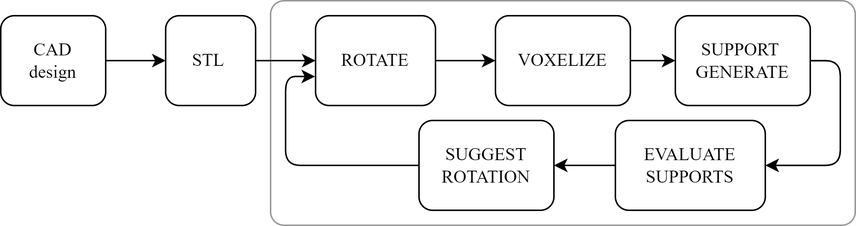
This is !5_article/Images/processOrientationOptimization.drawio.png from hapeet/3D-print-optimization___India-summer-internship, a draw.io export, as it was before one commit. Source tidied: cells renumbered, new cells last; positions are measured from the earlier drawing's top-left corner, leaving out a move shared by most shapes. Source of this version:
```xml
<mxGraphModel>
  <root>
    <mxCell id="0" />
    <mxCell id="1" parent="0" />
    <mxCell id="2" style="rounded=1;whiteSpace=wrap;html=1;arcSize=6;opacity=40;" parent="1" vertex="1">
      <mxGeometry x="180" width="390" height="150" as="geometry" />
    </mxCell>
    <mxCell id="3" style="edgeStyle=orthogonalEdgeStyle;rounded=0;jettySize=auto;html=1;" parent="1" edge="1" source="4" target="6">
      <mxGeometry relative="1" as="geometry" />
    </mxCell>
    <mxCell id="4" value="CAD&lt;br&gt;design" style="rounded=1;whiteSpace=wrap;html=1;fontFamily=Times New Roman;" parent="1" vertex="1">
      <mxGeometry y="10" width="70" height="60" as="geometry" />
    </mxCell>
    <mxCell id="5" style="edgeStyle=orthogonalEdgeStyle;rounded=0;jettySize=auto;html=1;" parent="1" edge="1" source="6" target="8">
      <mxGeometry relative="1" as="geometry" />
    </mxCell>
    <mxCell id="6" value="STL&amp;nbsp;" style="whiteSpace=wrap;html=1;fontFamily=Times New Roman;rounded=1;" parent="1" vertex="1">
      <mxGeometry x="110" y="10" width="60" height="60" as="geometry" />
    </mxCell>
    <mxCell id="7" style="edgeStyle=orthogonalEdgeStyle;rounded=0;jettySize=auto;html=1;" parent="1" edge="1" source="8" target="10">
      <mxGeometry relative="1" as="geometry" />
    </mxCell>
    <mxCell id="8" value="ROTATE" style="whiteSpace=wrap;html=1;fontFamily=Times New Roman;rounded=1;" parent="1" vertex="1">
      <mxGeometry x="210" y="10" width="80" height="60" as="geometry" />
    </mxCell>
    <mxCell id="9" style="edgeStyle=orthogonalEdgeStyle;rounded=0;jettySize=auto;html=1;" parent="1" edge="1" source="10" target="12">
      <mxGeometry relative="1" as="geometry" />
    </mxCell>
    <mxCell id="10" value="VOXELIZE" style="whiteSpace=wrap;html=1;fontFamily=Times New Roman;rounded=1;" parent="1" vertex="1">
      <mxGeometry x="330" y="10" width="90" height="60" as="geometry" />
    </mxCell>
    <mxCell id="11" style="edgeStyle=orthogonalEdgeStyle;rounded=1;jettySize=auto;html=1;entryX=-0.004;entryY=0.677;entryDx=0;entryDy=0;entryPerimeter=0;" parent="1" edge="1" source="14" target="8">
      <mxGeometry relative="1" as="geometry">
        <Array as="points">
          <mxPoint x="190" y="51" />
        </Array>
      </mxGeometry>
    </mxCell>
    <mxCell id="12" value="SUPPORT&amp;nbsp; GENERATE" style="whiteSpace=wrap;html=1;fontFamily=Times New Roman;rounded=1;" parent="1" vertex="1">
      <mxGeometry x="450" y="10" width="90" height="60" as="geometry" />
    </mxCell>
    <mxCell id="13" style="edgeStyle=orthogonalEdgeStyle;rounded=1;jettySize=auto;html=1;entryX=1;entryY=0.5;entryDx=0;entryDy=0;" parent="1" edge="1" source="16" target="14">
      <mxGeometry relative="1" as="geometry" />
    </mxCell>
    <mxCell id="14" value="SUGGEST ROTATION" style="whiteSpace=wrap;html=1;fontFamily=Times New Roman;rounded=1;" parent="1" vertex="1">
      <mxGeometry x="279" y="80" width="90" height="60" as="geometry" />
    </mxCell>
    <mxCell id="15" style="edgeStyle=orthogonalEdgeStyle;rounded=1;jettySize=auto;html=1;entryX=1;entryY=0.5;entryDx=0;entryDy=0;" parent="1" edge="1" target="16">
      <mxGeometry relative="1" as="geometry">
        <mxPoint x="540" y="40" as="sourcePoint" />
        <Array as="points">
          <mxPoint x="560" y="40" />
          <mxPoint x="560" y="110" />
        </Array>
      </mxGeometry>
    </mxCell>
    <mxCell id="16" value="EVALUATE SUPPORTS" style="whiteSpace=wrap;html=1;fontFamily=Times New Roman;rounded=1;" parent="1" vertex="1">
      <mxGeometry x="410" y="80" width="100" height="60" as="geometry" />
    </mxCell>
  </root>
</mxGraphModel>
```
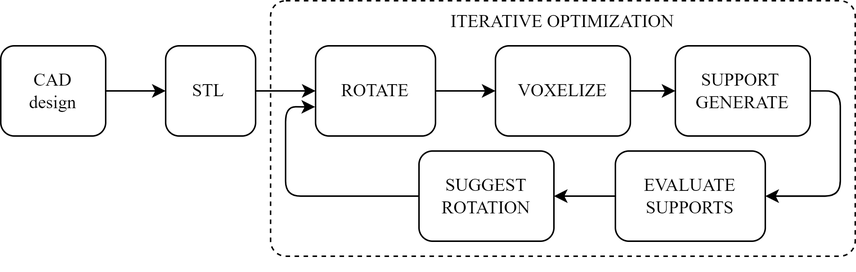
After the change.

The edit, as a diff of the source:
```diff
@@ -2,50 +2,50 @@
   <root>
     <mxCell id="0" />
     <mxCell id="1" parent="0" />
-    <mxCell id="2" style="rounded=1;whiteSpace=wrap;html=1;arcSize=6;opacity=40;" parent="1" vertex="1">
-      <mxGeometry x="180" width="390" height="150" as="geometry" />
+    <mxCell id="2" value="ITERATIVE OPTIMIZATION" style="rounded=1;whiteSpace=wrap;html=1;arcSize=6;verticalAlign=top;fontFamily=Times New Roman;strokeColor=#000000;dashed=1;" parent="1" vertex="1">
+      <mxGeometry x="180" width="390" height="170" as="geometry" />
     </mxCell>
+    <mxCell id="17" style="group;fontFamily=Times New Roman;" parent="1" vertex="1">
+      <mxGeometry y="20" width="570" height="160" as="geometry" />
+    </mxCell>
+    <mxCell id="4" value="CAD&lt;br&gt;design" style="rounded=1;whiteSpace=wrap;html=1;fontFamily=Times New Roman;" parent="17" vertex="1">
+      <mxGeometry y="10" width="70" height="60" as="geometry" />
+    </mxCell>
+    <mxCell id="6" value="STL&amp;nbsp;" style="whiteSpace=wrap;html=1;fontFamily=Times New Roman;rounded=1;" parent="17" vertex="1">
+      <mxGeometry x="110" y="10" width="60" height="60" as="geometry" />
+    </mxCell>
-    <mxCell id="3" style="edgeStyle=orthogonalEdgeStyle;rounded=0;jettySize=auto;html=1;" parent="1" edge="1" source="4" target="6">
+    <mxCell id="3" style="edgeStyle=orthogonalEdgeStyle;rounded=0;jettySize=auto;html=1;" parent="17" edge="1" source="4" target="6">
       <mxGeometry relative="1" as="geometry" />
     </mxCell>
-    <mxCell id="4" value="CAD&lt;br&gt;design" style="rounded=1;whiteSpace=wrap;html=1;fontFamily=Times New Roman;" parent="1" vertex="1">
-      <mxGeometry y="10" width="70" height="60" as="geometry" />
-    </mxCell>
+    <mxCell id="8" value="ROTATE" style="whiteSpace=wrap;html=1;fontFamily=Times New Roman;rounded=1;" parent="17" vertex="1">
+      <mxGeometry x="210" y="10" width="80" height="60" as="geometry" />
+    </mxCell>
-    <mxCell id="5" style="edgeStyle=orthogonalEdgeStyle;rounded=0;jettySize=auto;html=1;" parent="1" edge="1" source="6" target="8">
+    <mxCell id="5" style="edgeStyle=orthogonalEdgeStyle;rounded=0;jettySize=auto;html=1;" parent="17" edge="1" source="6" target="8">
       <mxGeometry relative="1" as="geometry" />
     </mxCell>
-    <mxCell id="6" value="STL&amp;nbsp;" style="whiteSpace=wrap;html=1;fontFamily=Times New Roman;rounded=1;" parent="1" vertex="1">
-      <mxGeometry x="110" y="10" width="60" height="60" as="geometry" />
-    </mxCell>
+    <mxCell id="10" value="VOXELIZE" style="whiteSpace=wrap;html=1;fontFamily=Times New Roman;rounded=1;" parent="17" vertex="1">
+      <mxGeometry x="330" y="10" width="90" height="60" as="geometry" />
+    </mxCell>
-    <mxCell id="7" style="edgeStyle=orthogonalEdgeStyle;rounded=0;jettySize=auto;html=1;" parent="1" edge="1" source="8" target="10">
+    <mxCell id="7" style="edgeStyle=orthogonalEdgeStyle;rounded=0;jettySize=auto;html=1;" parent="17" edge="1" source="8" target="10">
       <mxGeometry relative="1" as="geometry" />
     </mxCell>
-    <mxCell id="8" value="ROTATE" style="whiteSpace=wrap;html=1;fontFamily=Times New Roman;rounded=1;" parent="1" vertex="1">
-      <mxGeometry x="210" y="10" width="80" height="60" as="geometry" />
-    </mxCell>
-    <mxCell id="9" style="edgeStyle=orthogonalEdgeStyle;rounded=0;jettySize=auto;html=1;" parent="1" edge="1" source="10" target="12">
-      <mxGeometry relative="1" as="geometry" />
-    </mxCell>
-    <mxCell id="10" value="VOXELIZE" style="whiteSpace=wrap;html=1;fontFamily=Times New Roman;rounded=1;" parent="1" vertex="1">
-      <mxGeometry x="330" y="10" width="90" height="60" as="geometry" />
-    </mxCell>
-    <mxCell id="11" style="edgeStyle=orthogonalEdgeStyle;rounded=1;jettySize=auto;html=1;entryX=-0.004;entryY=0.677;entryDx=0;entryDy=0;entryPerimeter=0;" parent="1" edge="1" source="14" target="8">
+    <mxCell id="11" style="edgeStyle=orthogonalEdgeStyle;rounded=1;jettySize=auto;html=1;entryX=-0.004;entryY=0.677;entryDx=0;entryDy=0;entryPerimeter=0;" parent="17" edge="1" source="14" target="8">
       <mxGeometry relative="1" as="geometry">
         <Array as="points">
           <mxPoint x="190" y="51" />
         </Array>
       </mxGeometry>
     </mxCell>
-    <mxCell id="12" value="SUPPORT&amp;nbsp; GENERATE" style="whiteSpace=wrap;html=1;fontFamily=Times New Roman;rounded=1;" parent="1" vertex="1">
+    <mxCell id="12" value="SUPPORT&amp;nbsp; GENERATE" style="whiteSpace=wrap;html=1;fontFamily=Times New Roman;rounded=1;" parent="17" vertex="1">
       <mxGeometry x="450" y="10" width="90" height="60" as="geometry" />
     </mxCell>
-    <mxCell id="13" style="edgeStyle=orthogonalEdgeStyle;rounded=1;jettySize=auto;html=1;entryX=1;entryY=0.5;entryDx=0;entryDy=0;" parent="1" edge="1" source="16" target="14">
-      <mxGeometry relative="1" as="geometry" />
-    </mxCell>
+    <mxCell id="9" style="edgeStyle=orthogonalEdgeStyle;rounded=0;jettySize=auto;html=1;" parent="17" edge="1" source="10" target="12">
+      <mxGeometry relative="1" as="geometry" />
+    </mxCell>
-    <mxCell id="14" value="SUGGEST ROTATION" style="whiteSpace=wrap;html=1;fontFamily=Times New Roman;rounded=1;" parent="1" vertex="1">
+    <mxCell id="14" value="SUGGEST ROTATION" style="whiteSpace=wrap;html=1;fontFamily=Times New Roman;rounded=1;" parent="17" vertex="1">
       <mxGeometry x="279" y="80" width="90" height="60" as="geometry" />
     </mxCell>
-    <mxCell id="15" style="edgeStyle=orthogonalEdgeStyle;rounded=1;jettySize=auto;html=1;entryX=1;entryY=0.5;entryDx=0;entryDy=0;" parent="1" edge="1" target="16">
+    <mxCell id="15" style="edgeStyle=orthogonalEdgeStyle;rounded=1;jettySize=auto;html=1;entryX=1;entryY=0.5;entryDx=0;entryDy=0;" parent="17" edge="1" target="16">
       <mxGeometry relative="1" as="geometry">
         <mxPoint x="540" y="40" as="sourcePoint" />
         <Array as="points">
@@ -54,8 +54,11 @@
         </Array>
       </mxGeometry>
     </mxCell>
-    <mxCell id="16" value="EVALUATE SUPPORTS" style="whiteSpace=wrap;html=1;fontFamily=Times New Roman;rounded=1;" parent="1" vertex="1">
+    <mxCell id="16" value="EVALUATE SUPPORTS" style="whiteSpace=wrap;html=1;fontFamily=Times New Roman;rounded=1;" parent="17" vertex="1">
       <mxGeometry x="410" y="80" width="100" height="60" as="geometry" />
     </mxCell>
+    <mxCell id="13" style="edgeStyle=orthogonalEdgeStyle;rounded=1;jettySize=auto;html=1;entryX=1;entryY=0.5;entryDx=0;entryDy=0;" parent="17" edge="1" source="16" target="14">
+      <mxGeometry relative="1" as="geometry" />
+    </mxCell>
   </root>
 </mxGraphModel>
```
